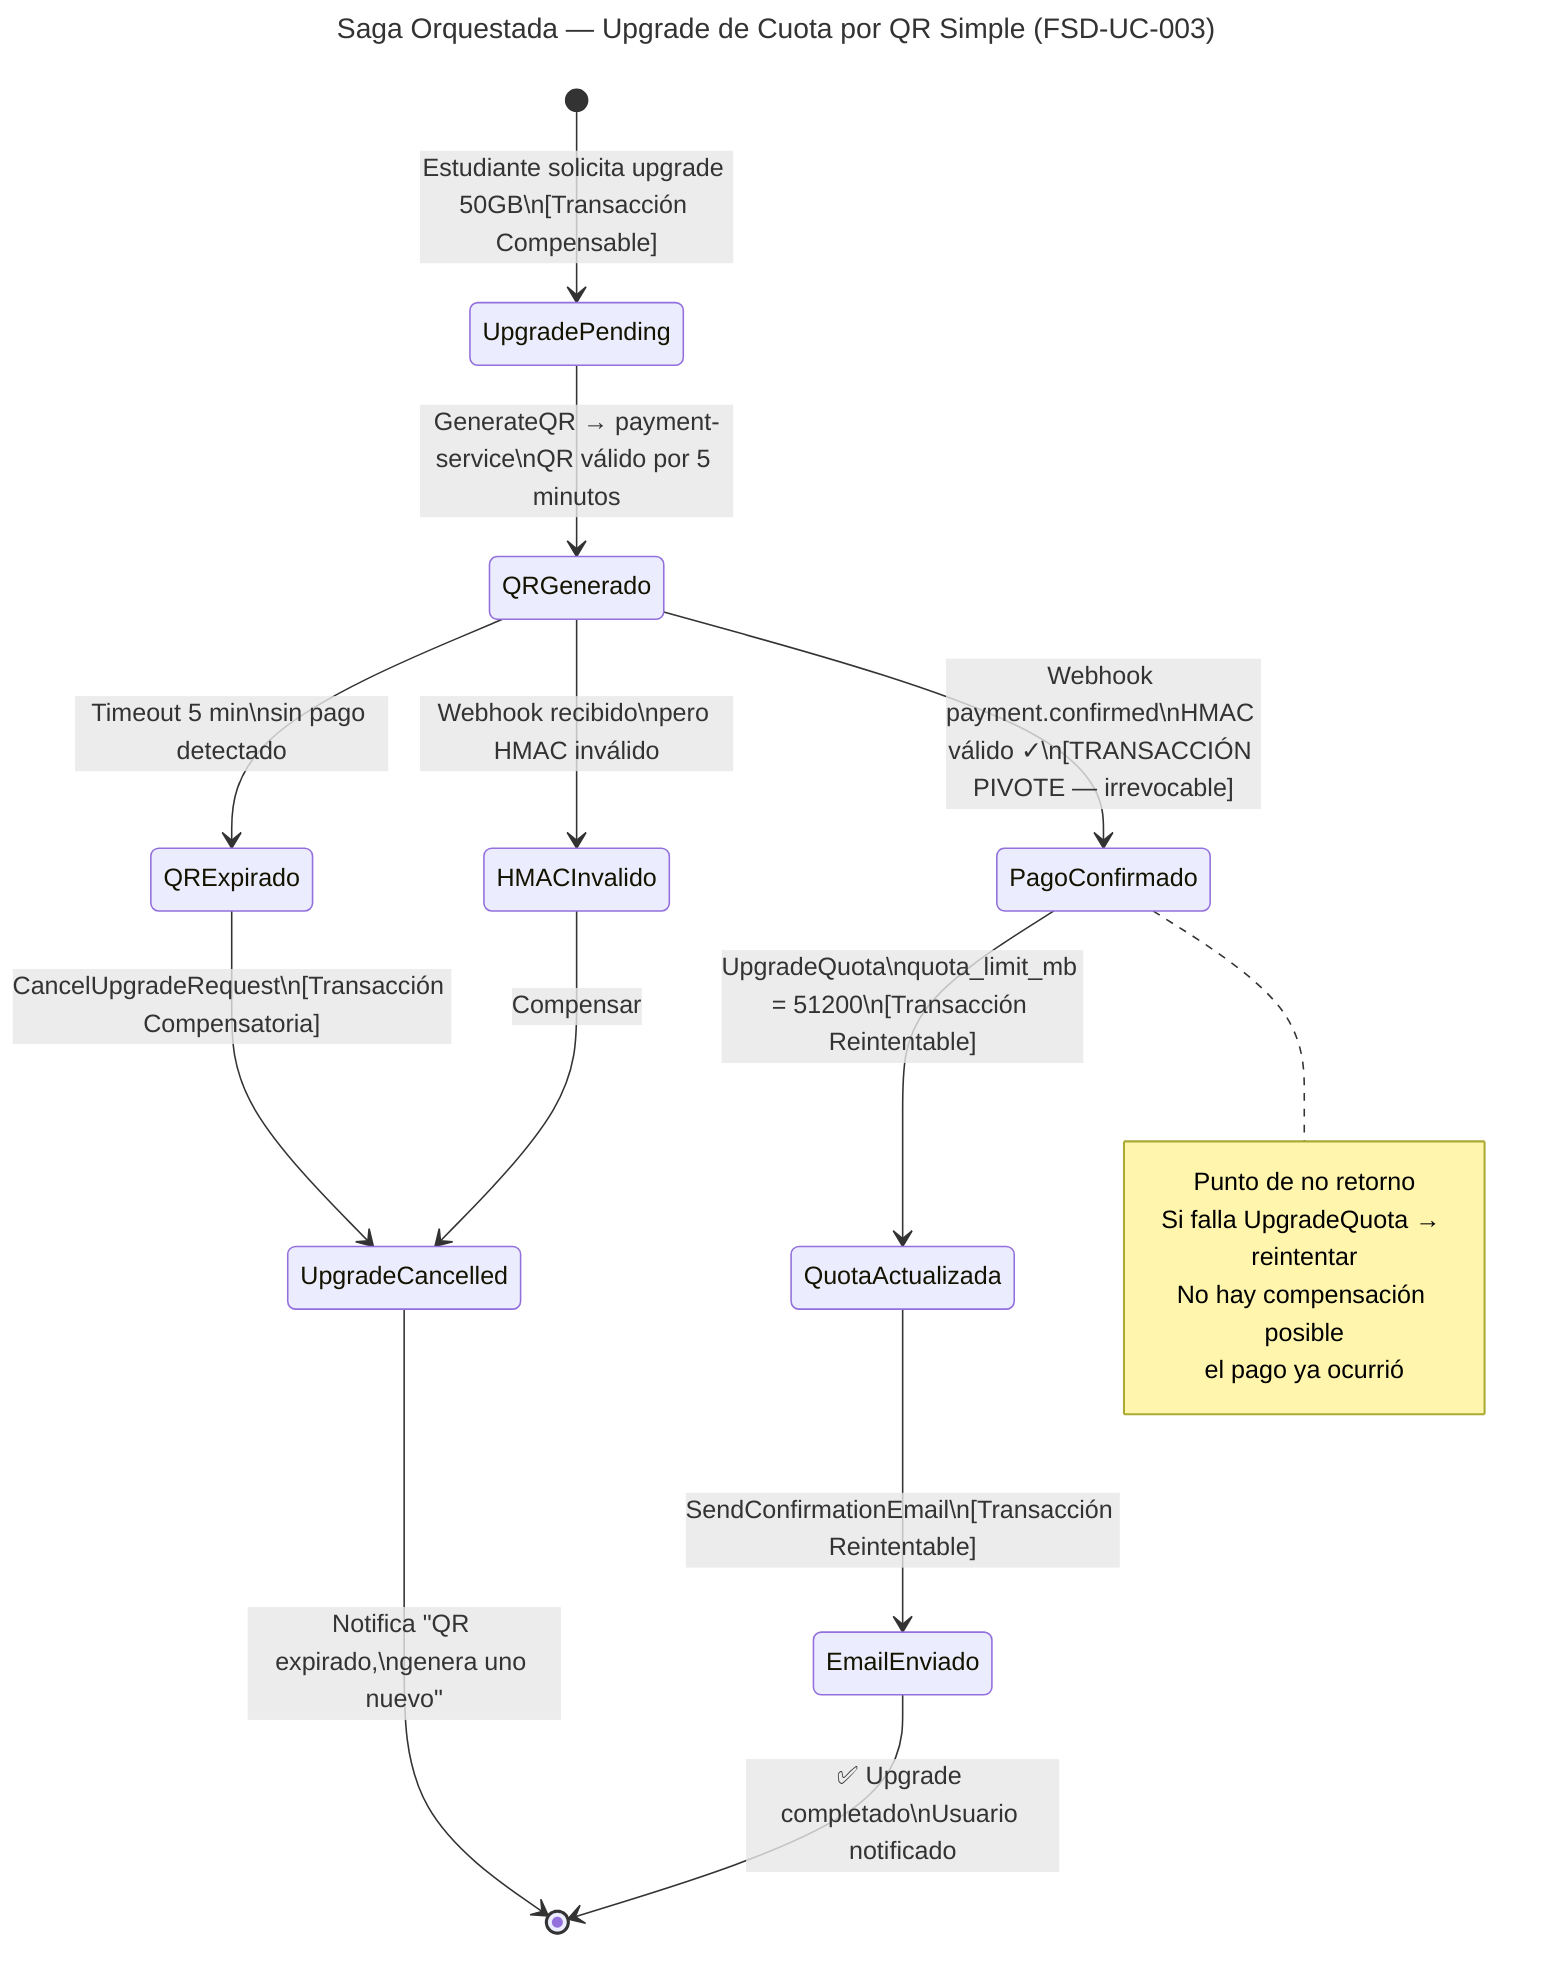
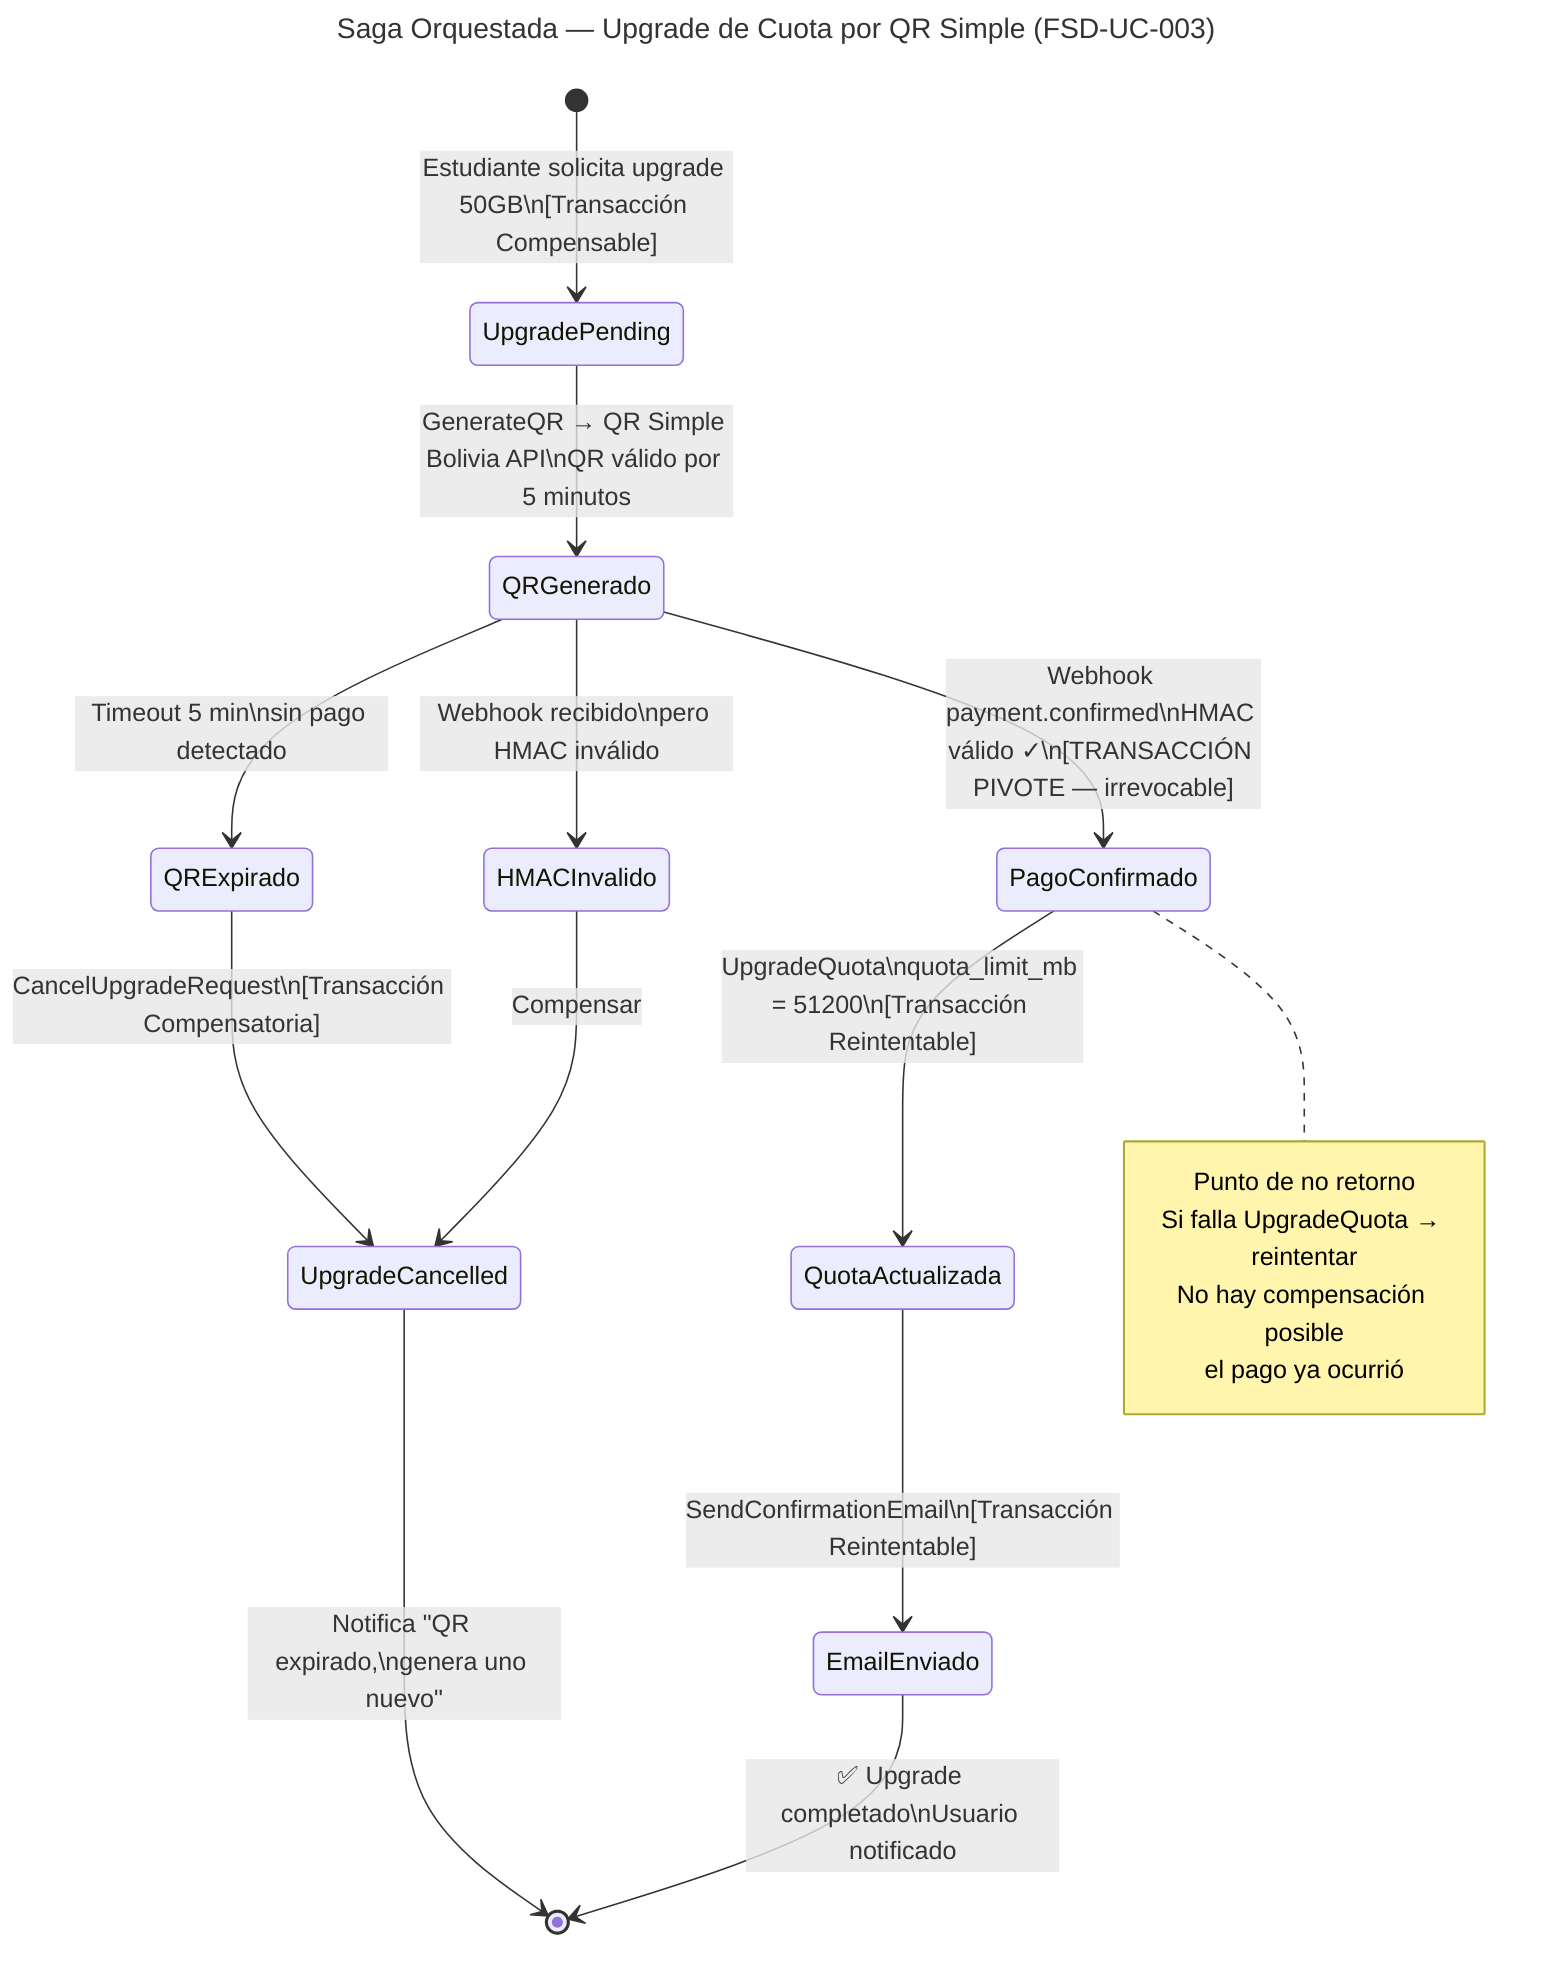
---
title: "Saga Orquestada — Upgrade de Cuota por QR Simple (FSD-UC-003)"
---
stateDiagram-v2
    [*] --> UpgradePending : Estudiante solicita upgrade 50GB\n[Transacción Compensable]

-     UpgradePending --> QRGenerado : GenerateQR → payment-service\nQR válido por 5 minutos
+     UpgradePending --> QRGenerado : GenerateQR → QR Simple Bolivia API\nQR válido por 5 minutos

    QRGenerado --> QRExpirado : Timeout 5 min\nsin pago detectado

    QRExpirado --> UpgradeCancelled : CancelUpgradeRequest\n[Transacción Compensatoria]

    UpgradeCancelled --> [*] : Notifica "QR expirado,\ngenera uno nuevo"

    QRGenerado --> HMACInvalido : Webhook recibido\npero HMAC inválido

    HMACInvalido --> UpgradeCancelled : Compensar

    QRGenerado --> PagoConfirmado : Webhook payment.confirmed\nHMAC válido ✓\n[TRANSACCIÓN PIVOTE — irrevocable]

    PagoConfirmado --> QuotaActualizada : UpgradeQuota\nquota_limit_mb = 51200\n[Transacción Reintentable]

    QuotaActualizada --> EmailEnviado : SendConfirmationEmail\n[Transacción Reintentable]

    EmailEnviado --> [*] : ✅ Upgrade completado\nUsuario notificado

    note right of PagoConfirmado
        Punto de no retorno
        Si falla UpgradeQuota → reintentar
        No hay compensación posible
        el pago ya ocurrió
    end note
